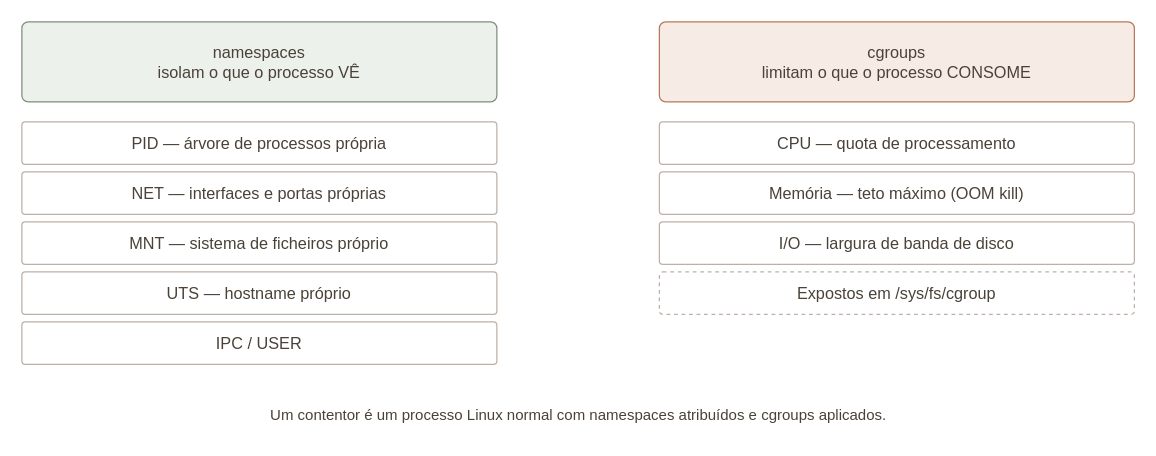
Earlier version of the draw.io diagram materiais/UC-ICN/Aula 04 - Contentores e Isolamento de Processos/Diagramas/a04-namespaces-cgroups.drawio (catarinaacsilva/catarinaacsilva.github.io). Source tidied: cells renumbered, new cells numbered last; positions are measured from the earlier drawing's top-left corner, leaving out a move shared by most shapes. Both pictures are drawn from the tidied source at 125%, with x=0, y=0 at pixel (21, 21).
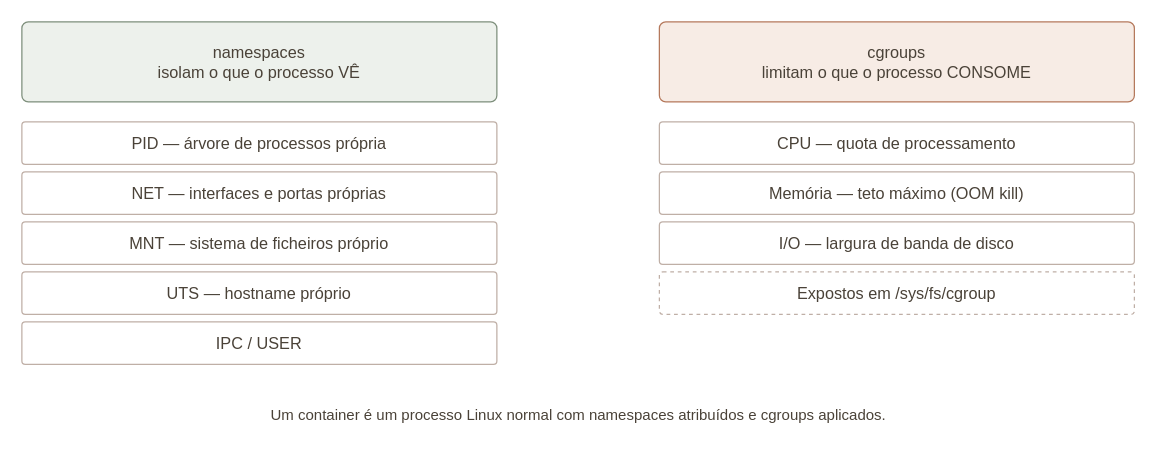
The same page after the edit.

Change to the diagram source:
```diff
@@
 <mxGraphModel>
   <root>
     <mxCell id="0" />
     <mxCell id="1" parent="0" />
     <mxCell id="2" value="namespaces&lt;br&gt;isolam o que o processo VÊ" style="rounded=1;whiteSpace=wrap;html=1;fillColor=#EDF1EC;strokeColor=#7E8F7C;fontColor=#4A4238;dashed=0;fontFamily=Helvetica;fontSize=13;arcSize=8;" parent="1" vertex="1">
       <mxGeometry width="380" height="64" as="geometry" />
     </mxCell>
     <mxCell id="3" value="PID — árvore de processos própria" style="rounded=1;whiteSpace=wrap;html=1;fillColor=#FFFFFF;strokeColor=#BFAFA6;fontColor=#4A4238;dashed=0;fontFamily=Helvetica;fontSize=13;arcSize=8;" parent="1" vertex="1">
       <mxGeometry y="80" width="380" height="34" as="geometry" />
     </mxCell>
     <mxCell id="4" value="NET — interfaces e portas próprias" style="rounded=1;whiteSpace=wrap;html=1;fillColor=#FFFFFF;strokeColor=#BFAFA6;fontColor=#4A4238;dashed=0;fontFamily=Helvetica;fontSize=13;arcSize=8;" parent="1" vertex="1">
       <mxGeometry y="120" width="380" height="34" as="geometry" />
     </mxCell>
     <mxCell id="5" value="MNT — sistema de ficheiros próprio" style="rounded=1;whiteSpace=wrap;html=1;fillColor=#FFFFFF;strokeColor=#BFAFA6;fontColor=#4A4238;dashed=0;fontFamily=Helvetica;fontSize=13;arcSize=8;" parent="1" vertex="1">
       <mxGeometry y="160" width="380" height="34" as="geometry" />
     </mxCell>
     <mxCell id="6" value="UTS — hostname próprio" style="rounded=1;whiteSpace=wrap;html=1;fillColor=#FFFFFF;strokeColor=#BFAFA6;fontColor=#4A4238;dashed=0;fontFamily=Helvetica;fontSize=13;arcSize=8;" parent="1" vertex="1">
       <mxGeometry y="200" width="380" height="34" as="geometry" />
     </mxCell>
     <mxCell id="7" value="IPC / USER" style="rounded=1;whiteSpace=wrap;html=1;fillColor=#FFFFFF;strokeColor=#BFAFA6;fontColor=#4A4238;dashed=0;fontFamily=Helvetica;fontSize=13;arcSize=8;" parent="1" vertex="1">
       <mxGeometry y="240" width="380" height="34" as="geometry" />
     </mxCell>
     <mxCell id="8" value="cgroups&lt;br&gt;limitam o que o processo CONSOME" style="rounded=1;whiteSpace=wrap;html=1;fillColor=#F7ECE5;strokeColor=#B5795C;fontColor=#4A4238;dashed=0;fontFamily=Helvetica;fontSize=13;arcSize=8;" parent="1" vertex="1">
       <mxGeometry x="510" width="380" height="64" as="geometry" />
     </mxCell>
     <mxCell id="9" value="CPU — quota de processamento" style="rounded=1;whiteSpace=wrap;html=1;fillColor=#FFFFFF;strokeColor=#BFAFA6;fontColor=#4A4238;dashed=0;fontFamily=Helvetica;fontSize=13;arcSize=8;" parent="1" vertex="1">
       <mxGeometry x="510" y="80" width="380" height="34" as="geometry" />
     </mxCell>
     <mxCell id="10" value="Memória — teto máximo (OOM kill)" style="rounded=1;whiteSpace=wrap;html=1;fillColor=#FFFFFF;strokeColor=#BFAFA6;fontColor=#4A4238;dashed=0;fontFamily=Helvetica;fontSize=13;arcSize=8;" parent="1" vertex="1">
       <mxGeometry x="510" y="120" width="380" height="34" as="geometry" />
     </mxCell>
     <mxCell id="11" value="I/O — largura de banda de disco" style="rounded=1;whiteSpace=wrap;html=1;fillColor=#FFFFFF;strokeColor=#BFAFA6;fontColor=#4A4238;dashed=0;fontFamily=Helvetica;fontSize=13;arcSize=8;" parent="1" vertex="1">
       <mxGeometry x="510" y="160" width="380" height="34" as="geometry" />
     </mxCell>
     <mxCell id="12" value="Expostos em /sys/fs/cgroup" style="rounded=1;whiteSpace=wrap;html=1;fillColor=none;strokeColor=#BFAFA6;fontColor=#4A4238;dashed=1;fontFamily=Helvetica;fontSize=13;arcSize=8;" parent="1" vertex="1">
       <mxGeometry x="510" y="200" width="380" height="34" as="geometry" />
     </mxCell>
-    <mxCell id="13" value="Um contentor é um processo Linux normal com namespaces atribuídos e cgroups aplicados." style="text;html=1;strokeColor=none;fillColor=none;align=center;verticalAlign=middle;fontColor=#4A4238;fontFamily=Helvetica;fontSize=12;" parent="1" vertex="1">
+    <mxCell id="13" value="Um container é um processo Linux normal com namespaces atribuídos e cgroups aplicados." style="text;html=1;strokeColor=none;fillColor=none;align=center;verticalAlign=middle;fontColor=#4A4238;fontFamily=Helvetica;fontSize=12;" parent="1" vertex="1">
       <mxGeometry y="300" width="890" height="30" as="geometry" />
     </mxCell>
   </root>
 </mxGraphModel>
```
